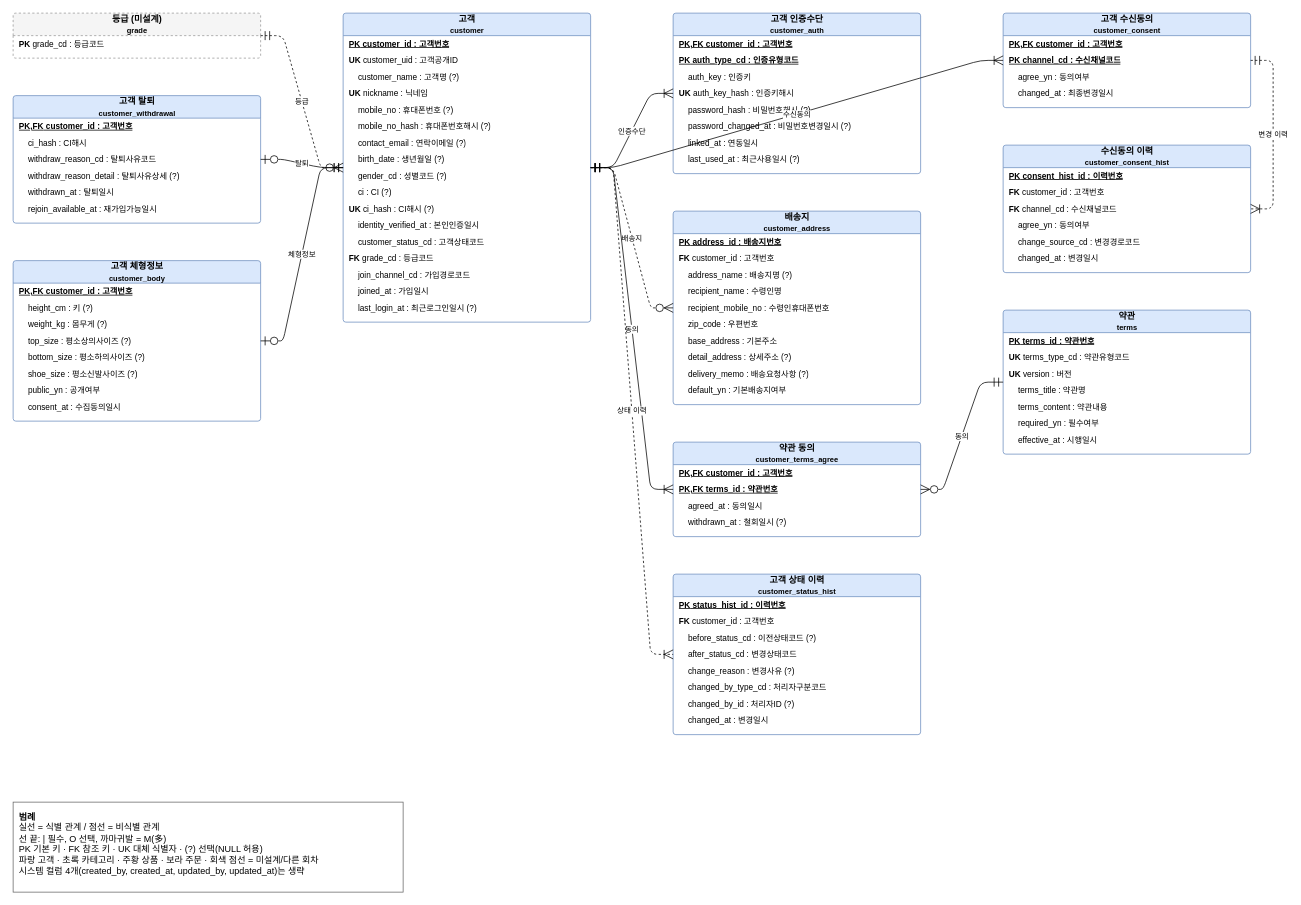
Earlier version of the draw.io diagram page "고객" (2 of 6) of modeling/erd/erd_전체.drawio (ymink716/shoppingmall). Source tidied: cells renumbered, new cells numbered last; positions are measured from the earlier drawing's top-left corner, leaving out a move shared by most shapes. Both pictures are drawn from the tidied source at 75%, with x=0, y=0 at pixel (13, 13).
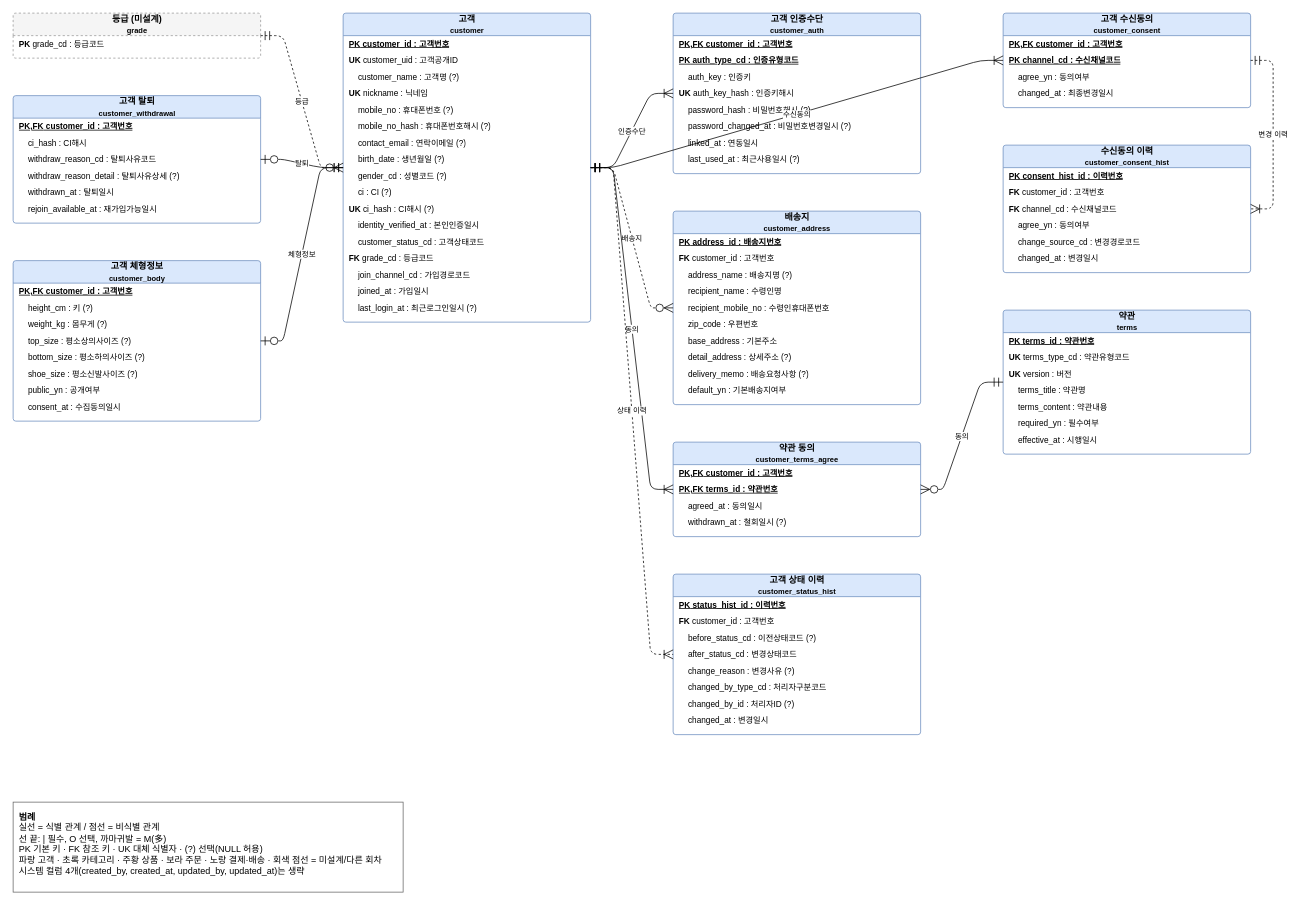
Above is the later version.

What changed in the source:
```diff
@@
-    <mxCell id="102" value="&lt;b&gt;범례&lt;/b&gt;&lt;br&gt;실선 = 식별 관계 / 점선 = 비식별 관계&lt;br&gt;선 끝: | 필수, O 선택, 까마귀발 = M(多)&lt;br&gt;PK 기본 키 · FK 참조 키 · UK 대체 식별자 · (?) 선택(NULL 허용)&lt;br&gt;파랑 고객 · 초록 카테고리 · 주황 상품 · 보라 주문 · 회색 점선 = 미설계/다른 회차&lt;br&gt;시스템 컬럼 4개(created_by, created_at, updated_by, updated_at)는 생략" style="text;html=1;align=left;verticalAlign=top;spacing=8;fillColor=#ffffff;strokeColor=#666666;fontSize=12;" parent="1" vertex="1">
+    <mxCell id="102" value="&lt;b&gt;범례&lt;/b&gt;&lt;br&gt;실선 = 식별 관계 / 점선 = 비식별 관계&lt;br&gt;선 끝: | 필수, O 선택, 까마귀발 = M(多)&lt;br&gt;PK 기본 키 · FK 참조 키 · UK 대체 식별자 · (?) 선택(NULL 허용)&lt;br&gt;파랑 고객 · 초록 카테고리 · 주황 상품 · 보라 주문 · 노랑 결제·배송 · 회색 점선 = 미설계/다른 회차&lt;br&gt;시스템 컬럼 4개(created_by, created_at, updated_by, updated_at)는 생략" style="text;html=1;align=left;verticalAlign=top;spacing=8;fillColor=#ffffff;strokeColor=#666666;fontSize=12;" parent="1" vertex="1">
       <mxGeometry y="1052" width="520" height="120" as="geometry" />
     </mxCell>
```
